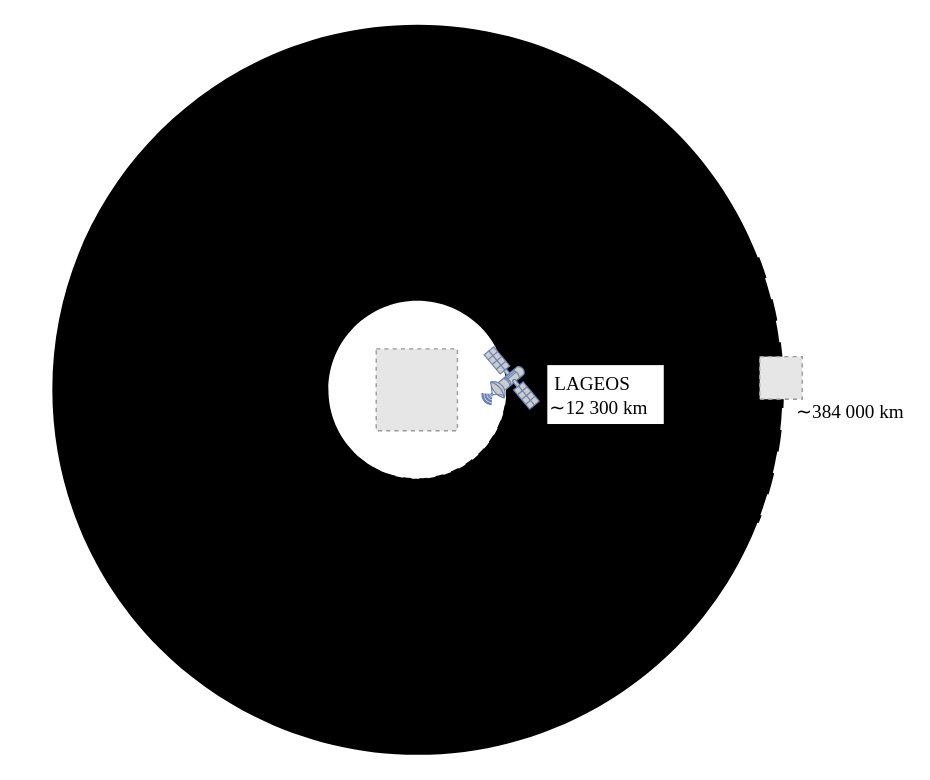
CASPEr-Collaboration/ZhangYuzhe-Dissertation keeps this draw.io diagram as tex/figures/earth-satelite-moon.drawio. Above is the earlier version. Source tidied: cells renumbered, new cells numbered last; positions are measured from the earlier drawing's top-left corner, leaving out a move shared by most shapes. Both pictures are drawn from the tidied source at 137%, with x=0, y=0 at pixel (52, 23). Pictures stored in the file or linked from it are replaced by grey dashed boxes.
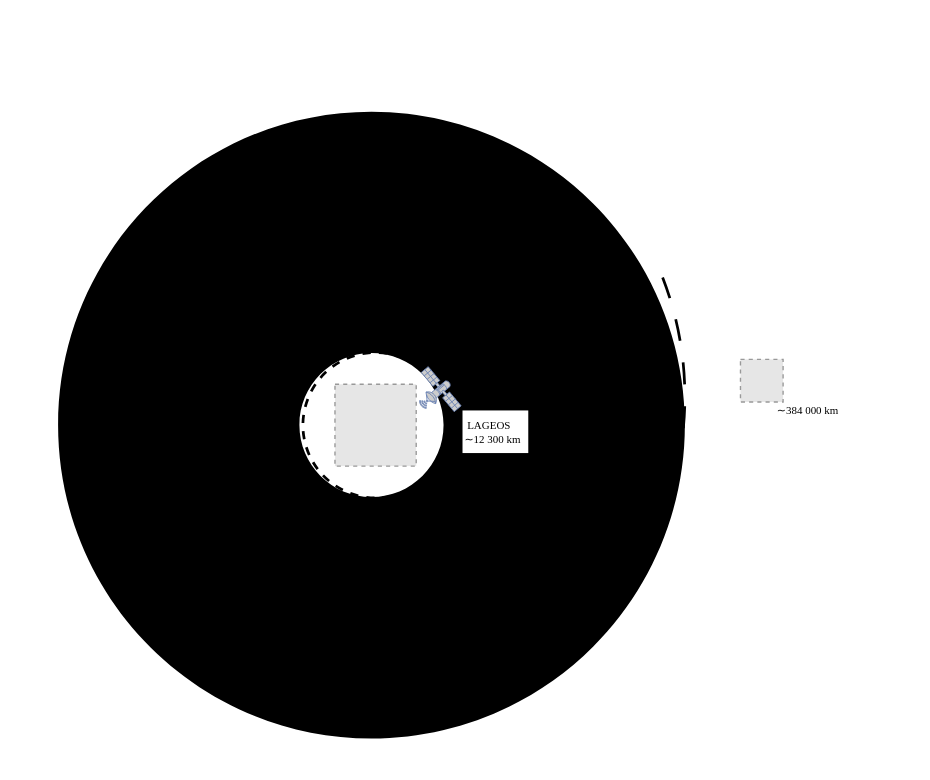
The same diagram, later.

The edit, as a diff of the source:
```diff
@@
 <mxGraphModel>
   <root>
     <mxCell id="0" />
     <mxCell id="1" parent="0" />
-    <mxCell id="2" style="verticalLabelPosition=bottom;verticalAlign=top;html=1;shape=mxgraph.basic.donut;dx=201.53;fillColor=light-dark(#666666,#EDEDED);strokeColor=none;gradientColor=none;dashed=1;dashPattern=12 12;fillStyle=hatch;" parent="1" vertex="1">
-      <mxGeometry x="-0.3" y="0.5" width="533" height="533" as="geometry" />
+    <mxCell id="2" style="verticalLabelPosition=bottom;verticalAlign=top;html=1;shape=mxgraph.basic.donut;dx=176.14;fillColor=light-dark(#666666,#EDEDED);strokeColor=none;gradientColor=none;dashed=1;dashPattern=12 12;fillStyle=hatch;fontSize=8;" parent="1" vertex="1">
+      <mxGeometry x="3.9" y="64" width="457.5" height="457.5" as="geometry" />
     </mxCell>
-    <mxCell id="3" style="verticalLabelPosition=bottom;verticalAlign=top;html=1;shape=mxgraph.basic.arc;startAngle=0.19121872273103258;endAngle=0.3093628396370644;dashed=1;dashPattern=8 8;strokeWidth=2;" parent="1" vertex="1">
-      <mxGeometry x="-0.3" y="0.2" width="533" height="533" as="geometry" />
+    <mxCell id="3" style="verticalLabelPosition=bottom;verticalAlign=top;html=1;shape=mxgraph.basic.arc;startAngle=0.19121872273103258;endAngle=0.3093628396370644;dashed=1;dashPattern=8 8;strokeWidth=2;fontSize=8;" parent="1" vertex="1">
+      <mxGeometry x="-20" y="31.2" width="481.4" height="481.4" as="geometry" />
     </mxCell>
-    <mxCell id="4" style="ellipse;whiteSpace=wrap;html=1;shapeInside=1;dashed=1;fillColor=none;strokeWidth=2;" parent="1" vertex="1">
-      <mxGeometry x="199.4" y="200" width="132.6" height="132.6" as="geometry" />
+    <mxCell id="4" style="ellipse;whiteSpace=wrap;html=1;shapeInside=1;dashed=1;fillColor=none;strokeWidth=2;fontSize=8;" parent="1" vertex="1">
+      <mxGeometry x="182.6" y="239.8" width="106.1" height="106.1" as="geometry" />
     </mxCell>
-    <mxCell id="5" style="fillColor=#E6E6E6;strokeColor=#999999;dashed=1;html=1;verticalAlign=top;verticalLabelPosition=bottom;labelBackgroundColor=#e1d5e7;" parent="1" vertex="1">
-      <mxGeometry x="236.1" y="237.2" width="59.3" height="59.7" as="geometry" />
+    <mxCell id="5" style="fillColor=#E6E6E6;strokeColor=#999999;dashed=1;html=1;verticalAlign=top;verticalLabelPosition=bottom;labelBackgroundColor=#e1d5e7;fontSize=8;" parent="1" vertex="1">
+      <mxGeometry x="206" y="263" width="59.3" height="59.7" as="geometry" />
     </mxCell>
-    <mxCell id="6" style="fontColor=#0066CC;verticalAlign=top;verticalLabelPosition=bottom;labelPosition=center;align=center;html=1;fillColor=#CCCCCC;strokeColor=#6881B3;gradientColor=none;gradientDirection=north;strokeWidth=2;shape=mxgraph.networks.satellite;rotation=5;" parent="1" vertex="1">
-      <mxGeometry x="313.5" y="236.9" width="43" height="43" as="geometry" />
+    <mxCell id="6" style="fontColor=#0066CC;verticalAlign=top;verticalLabelPosition=bottom;labelPosition=center;align=center;html=1;fillColor=#CCCCCC;strokeColor=#6881B3;gradientColor=none;gradientDirection=north;strokeWidth=2;shape=mxgraph.networks.satellite;rotation=5;fontSize=8;" parent="1" vertex="1">
+      <mxGeometry x="268" y="251" width="31.1" height="31.1" as="geometry" />
     </mxCell>
-    <mxCell id="7" style="fillColor=#E6E6E6;strokeColor=#999999;dashed=1;html=1;verticalAlign=top;verticalLabelPosition=bottom;labelBackgroundColor=#ffffff;" parent="1" vertex="1">
-      <mxGeometry x="516" y="242.8" width="31.1" height="31.1" as="geometry" />
+    <mxCell id="7" style="fillColor=#E6E6E6;strokeColor=#999999;dashed=1;html=1;verticalAlign=top;verticalLabelPosition=bottom;labelBackgroundColor=#ffffff;fontSize=8;" parent="1" vertex="1">
+      <mxGeometry x="502" y="244.8" width="31.1" height="31.1" as="geometry" />
     </mxCell>
-    <mxCell id="8" value="&lt;span style=&quot;orphans: 2; text-align: left; text-indent: 0px; widows: 2; text-decoration-thickness: initial; text-decoration-style: initial; text-decoration-color: initial; float: none; display: inline !important; color: rgb(0, 0, 0);&quot;&gt;∼384 000 km&lt;/span&gt;" style="text;whiteSpace=wrap;html=1;fontFamily=Times New Roman;fontSize=14;" parent="1" vertex="1">
-      <mxGeometry x="541" y="269" width="82" height="36" as="geometry" />
+    <mxCell id="8" value="&lt;span style=&quot;orphans: 2; text-align: left; text-indent: 0px; widows: 2; text-decoration-thickness: initial; text-decoration-style: initial; text-decoration-color: initial; float: none; display: inline !important; color: rgb(0, 0, 0);&quot;&gt;∼384 000 km&lt;/span&gt;" style="text;whiteSpace=wrap;html=1;fontFamily=Times New Roman;fontSize=8;" parent="1" vertex="1">
+      <mxGeometry x="527" y="271" width="53" height="24.6" as="geometry" />
     </mxCell>
-    <mxCell id="9" value="&lt;div&gt;&lt;span style=&quot;orphans: 2; text-align: left; text-indent: 0px; widows: 2; text-decoration-thickness: initial; text-decoration-style: initial; text-decoration-color: initial; float: none; display: inline !important; color: rgb(0, 0, 0);&quot;&gt;&amp;nbsp;LAGEOS&lt;/span&gt;&lt;/div&gt;&lt;span style=&quot;orphans: 2; text-align: left; text-indent: 0px; widows: 2; text-decoration-thickness: initial; text-decoration-style: initial; text-decoration-color: initial; float: none; display: inline !important; color: rgb(0, 0, 0);&quot;&gt;∼12&lt;/span&gt;&lt;span style=&quot;orphans: 2; text-align: left; text-indent: 0px; widows: 2; text-decoration-thickness: initial; text-decoration-style: initial; text-decoration-color: initial; float: none; display: inline !important; color: rgb(0, 0, 0);&quot;&gt; &lt;/span&gt;&lt;span style=&quot;orphans: 2; text-align: left; text-indent: 0px; widows: 2; text-decoration-thickness: initial; text-decoration-style: initial; text-decoration-color: initial; float: none; display: inline !important; color: rgb(0, 0, 0);&quot;&gt;300 km&lt;/span&gt;" style="text;whiteSpace=wrap;html=1;fontSize=14;fontFamily=Times New Roman;fillColor=default;" parent="1" vertex="1">
-      <mxGeometry x="361" y="249" width="85" height="43" as="geometry" />
+    <mxCell id="9" value="&lt;div&gt;&lt;span style=&quot;orphans: 2; text-align: left; text-indent: 0px; widows: 2; text-decoration-thickness: initial; text-decoration-style: initial; text-decoration-color: initial; float: none; display: inline !important; color: rgb(0, 0, 0);&quot;&gt;&amp;nbsp;LAGEOS&lt;/span&gt;&lt;/div&gt;&lt;span style=&quot;orphans: 2; text-align: left; text-indent: 0px; widows: 2; text-decoration-thickness: initial; text-decoration-style: initial; text-decoration-color: initial; float: none; display: inline !important; color: rgb(0, 0, 0);&quot;&gt;∼12&lt;/span&gt;&lt;span style=&quot;orphans: 2; text-align: left; text-indent: 0px; widows: 2; text-decoration-thickness: initial; text-decoration-style: initial; text-decoration-color: initial; float: none; display: inline !important; color: rgb(0, 0, 0);&quot;&gt; &lt;/span&gt;&lt;span style=&quot;orphans: 2; text-align: left; text-indent: 0px; widows: 2; text-decoration-thickness: initial; text-decoration-style: initial; text-decoration-color: initial; float: none; display: inline !important; color: rgb(0, 0, 0);&quot;&gt;300 km&lt;/span&gt;" style="text;whiteSpace=wrap;html=1;fontSize=8;fontFamily=Times New Roman;fillColor=default;verticalAlign=middle;" parent="1" vertex="1">
+      <mxGeometry x="299.1" y="282.1" width="48" height="31.1" as="geometry" />
     </mxCell>
   </root>
 </mxGraphModel>
```
